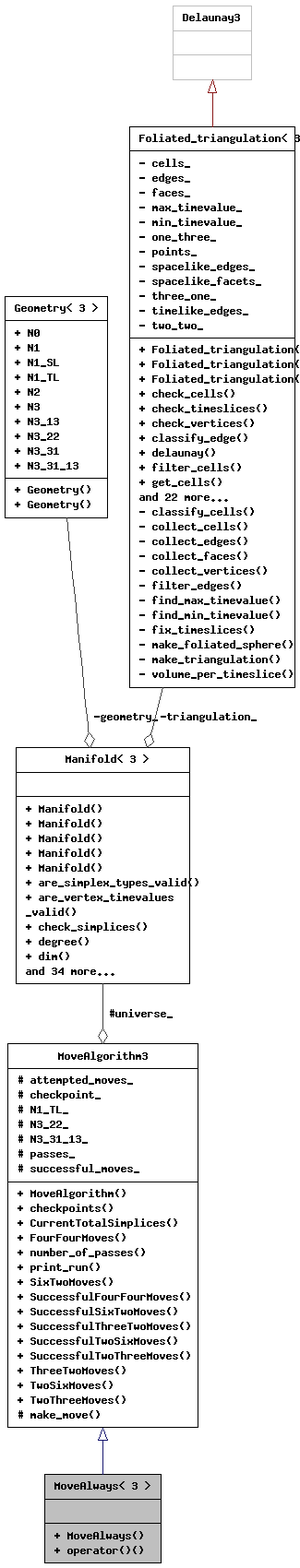
Before: class_move_always_3_013_01_4__coll__graph.png, a diagram exported from Graphviz (acgetchell/CDT-plusplus). Its source is kept beside it as class_move_always_3_013_01_4__coll__graph.dot.
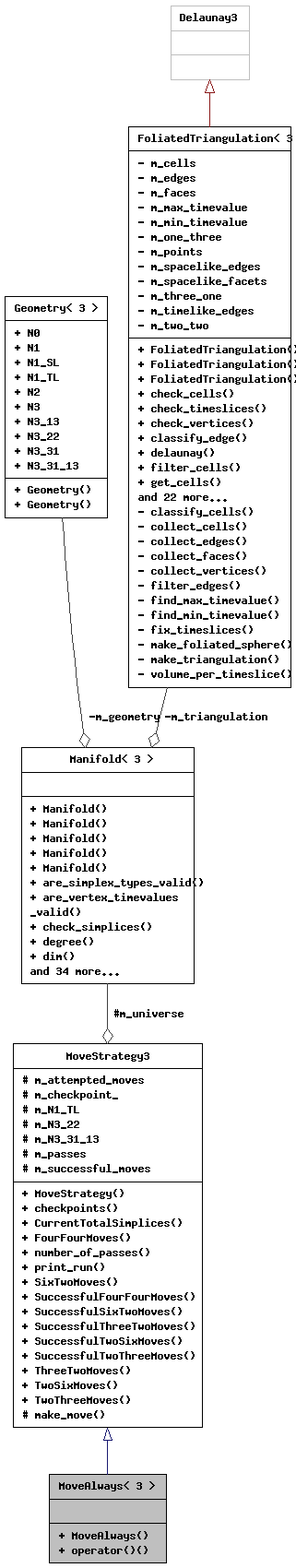
After the commit.

Change to the diagram source:
```diff
@@ -4,13 +4,13 @@
   node [fontname="Helvetica",fontsize="10",shape=record];
   Node1 [label="{MoveAlways\< 3 \>\n||+ MoveAlways()\l+ operator()()\l}",height=0.2,width=0.4,color="black", fillcolor="grey75", style="filled", fontcolor="black",tooltip=" "];
   Node2 -> Node1 [dir="back",color="midnightblue",fontsize="10",style="solid",arrowtail="onormal",fontname="Helvetica"];
-  Node2 [label="{MoveAlgorithm3\n|# attempted_moves_\l# checkpoint_\l# N1_TL_\l# N3_22_\l# N3_31_13_\l# passes_\l# successful_moves_\l|+ MoveAlgorithm()\l+ checkpoints()\l+ CurrentTotalSimplices()\l+ FourFourMoves()\l+ number_of_passes()\l+ print_run()\l+ SixTwoMoves()\l+ SuccessfulFourFourMoves()\l+ SuccessfulSixTwoMoves()\l+ SuccessfulThreeTwoMoves()\l+ SuccessfulTwoSixMoves()\l+ SuccessfulTwoThreeMoves()\l+ ThreeTwoMoves()\l+ TwoSixMoves()\l+ TwoThreeMoves()\l# make_move()\l}",height=0.2,width=0.4,color="black", fillcolor="white", style="filled",URL="$class_move_algorithm_3_013_01_4.html",tooltip=" "];
-  Node3 -> Node2 [color="grey25",fontsize="10",style="solid",label=" #universe_" ,arrowhead="odiamond",fontname="Helvetica"];
+  Node2 [label="{MoveStrategy3\n|# m_attempted_moves\l# m_checkpoint_\l# m_N1_TL\l# m_N3_22\l# m_N3_31_13\l# m_passes\l# m_successful_moves\l|+ MoveStrategy()\l+ checkpoints()\l+ CurrentTotalSimplices()\l+ FourFourMoves()\l+ number_of_passes()\l+ print_run()\l+ SixTwoMoves()\l+ SuccessfulFourFourMoves()\l+ SuccessfulSixTwoMoves()\l+ SuccessfulThreeTwoMoves()\l+ SuccessfulTwoSixMoves()\l+ SuccessfulTwoThreeMoves()\l+ ThreeTwoMoves()\l+ TwoSixMoves()\l+ TwoThreeMoves()\l# make_move()\l}",height=0.2,width=0.4,color="black", fillcolor="white", style="filled",URL="$class_move_strategy_3_013_01_4.html",tooltip=" "];
+  Node3 -> Node2 [color="grey25",fontsize="10",style="solid",label=" #m_universe" ,arrowhead="odiamond",fontname="Helvetica"];
   Node3 [label="{Manifold\< 3 \>\n||+ Manifold()\l+ Manifold()\l+ Manifold()\l+ Manifold()\l+ Manifold()\l+ are_simplex_types_valid()\l+ are_vertex_timevalues\l_valid()\l+ check_simplices()\l+ degree()\l+ dim()\land 34 more...\l}",height=0.2,width=0.4,color="black", fillcolor="white", style="filled",URL="$class_manifold_3_013_01_4.html",tooltip="3D Manifold"];
-  Node4 -> Node3 [color="grey25",fontsize="10",style="solid",label=" -geometry_" ,arrowhead="odiamond",fontname="Helvetica"];
+  Node4 -> Node3 [color="grey25",fontsize="10",style="solid",label=" -m_geometry" ,arrowhead="odiamond",fontname="Helvetica"];
   Node4 [label="{Geometry\< 3 \>\n|+ N0\l+ N1\l+ N1_SL\l+ N1_TL\l+ N2\l+ N3\l+ N3_13\l+ N3_22\l+ N3_31\l+ N3_31_13\l|+ Geometry()\l+ Geometry()\l}",height=0.2,width=0.4,color="black", fillcolor="white", style="filled",URL="$struct_geometry_3_013_01_4.html",tooltip="3D Geometry"];
-  Node5 -> Node3 [color="grey25",fontsize="10",style="solid",label=" -triangulation_" ,arrowhead="odiamond",fontname="Helvetica"];
-  Node5 [label="{Foliated_triangulation\< 3 \>\n|- cells_\l- edges_\l- faces_\l- max_timevalue_\l- min_timevalue_\l- one_three_\l- points_\l- spacelike_edges_\l- spacelike_facets_\l- three_one_\l- timelike_edges_\l- two_two_\l|+ Foliated_triangulation()\l+ Foliated_triangulation()\l+ Foliated_triangulation()\l+ check_cells()\l+ check_timeslices()\l+ check_vertices()\l+ classify_edge()\l+ delaunay()\l+ filter_cells()\l+ get_cells()\land 22 more...\l- classify_cells()\l- collect_cells()\l- collect_edges()\l- collect_faces()\l- collect_vertices()\l- filter_edges()\l- find_max_timevalue()\l- find_min_timevalue()\l- fix_timeslices()\l- make_foliated_sphere()\l- make_triangulation()\l- volume_per_timeslice()\l}",height=0.2,width=0.4,color="black", fillcolor="white", style="filled",URL="$class_foliated__triangulation_3_013_01_4.html",tooltip="3D Triangulation"];
+  Node5 -> Node3 [color="grey25",fontsize="10",style="solid",label=" -m_triangulation" ,arrowhead="odiamond",fontname="Helvetica"];
+  Node5 [label="{FoliatedTriangulation\< 3 \>\n|- m_cells\l- m_edges\l- m_faces\l- m_max_timevalue\l- m_min_timevalue\l- m_one_three\l- m_points\l- m_spacelike_edges\l- m_spacelike_facets\l- m_three_one\l- m_timelike_edges\l- m_two_two\l|+ FoliatedTriangulation()\l+ FoliatedTriangulation()\l+ FoliatedTriangulation()\l+ check_cells()\l+ check_timeslices()\l+ check_vertices()\l+ classify_edge()\l+ delaunay()\l+ filter_cells()\l+ get_cells()\land 22 more...\l- classify_cells()\l- collect_cells()\l- collect_edges()\l- collect_faces()\l- collect_vertices()\l- filter_edges()\l- find_max_timevalue()\l- find_min_timevalue()\l- fix_timeslices()\l- make_foliated_sphere()\l- make_triangulation()\l- volume_per_timeslice()\l}",height=0.2,width=0.4,color="black", fillcolor="white", style="filled",URL="$class_foliated_triangulation_3_013_01_4.html",tooltip="3D Triangulation"];
   Node6 -> Node5 [dir="back",color="firebrick4",fontsize="10",style="solid",arrowtail="onormal",fontname="Helvetica"];
   Node6 [label="{Delaunay3\n||}",height=0.2,width=0.4,color="grey75", fillcolor="white", style="filled",tooltip=" "];
 }
```
